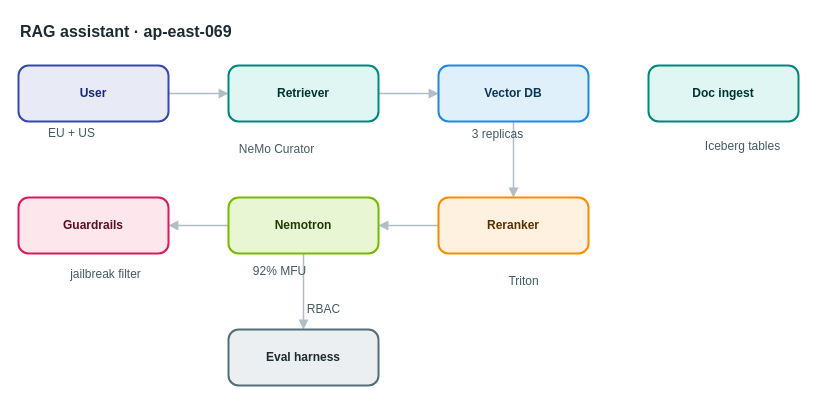
The draw.io diagram apps/web/public/samples/library/069-rag-assistant.drawio in AryanG01/open-apprentice, before the edit. Source tidied: cells renumbered, new cells numbered last; positions are measured from the earlier drawing's top-left corner, leaving out a move shared by most shapes. Both pictures are drawn from the tidied source at 100%, with x=0, y=0 at pixel (18, 17).
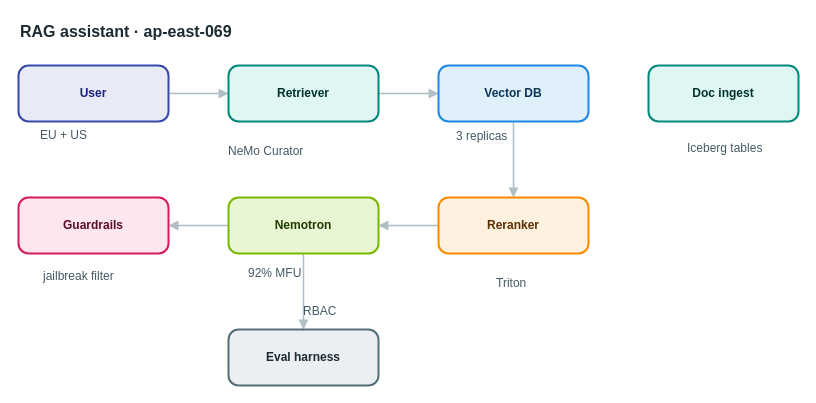
The same diagram, later.

Diff of the diagram source:
```diff
@@
-    <mxCell id="17" value="EU + US" style="text;html=1;align=center;verticalAlign=middle;whiteSpace=nowrap;strokeColor=none;fillColor=none;fontSize=12;fontColor=#455a64;" parent="1" vertex="1">
+    <mxCell id="17" value="EU + US" style="text;html=1;align=left;verticalAlign=top;whiteSpace=nowrap;spacing=0;spacingTop=0;strokeColor=none;fillColor=none;fontSize=12;fontColor=#455a64;" parent="1" vertex="1">
       <mxGeometry x="22" y="106" width="61" height="20" as="geometry" />
     </mxCell>
-    <mxCell id="18" value="NeMo Curator" style="text;html=1;align=center;verticalAlign=middle;whiteSpace=nowrap;strokeColor=none;fillColor=none;fontSize=12;fontColor=#455a64;" parent="1" vertex="1">
+    <mxCell id="18" value="NeMo Curator" style="text;html=1;align=left;verticalAlign=top;whiteSpace=nowrap;spacing=0;spacingTop=0;strokeColor=none;fillColor=none;fontSize=12;fontColor=#455a64;" parent="1" vertex="1">
       <mxGeometry x="210" y="122" width="96" height="20" as="geometry" />
     </mxCell>
-    <mxCell id="19" value="3 replicas" style="text;html=1;align=center;verticalAlign=middle;whiteSpace=nowrap;strokeColor=none;fillColor=none;fontSize=12;fontColor=#455a64;" parent="1" vertex="1">
+    <mxCell id="19" value="3 replicas" style="text;html=1;align=left;verticalAlign=top;whiteSpace=nowrap;spacing=0;spacingTop=0;strokeColor=none;fillColor=none;fontSize=12;fontColor=#455a64;" parent="1" vertex="1">
       <mxGeometry x="438" y="107" width="82" height="20" as="geometry" />
     </mxCell>
-    <mxCell id="20" value="Triton" style="text;html=1;align=center;verticalAlign=middle;whiteSpace=nowrap;strokeColor=none;fillColor=none;fontSize=12;fontColor=#455a64;" parent="1" vertex="1">
+    <mxCell id="20" value="Triton" style="text;html=1;align=left;verticalAlign=top;whiteSpace=nowrap;spacing=0;spacingTop=0;strokeColor=none;fillColor=none;fontSize=12;fontColor=#455a64;" parent="1" vertex="1">
       <mxGeometry x="478" y="254" width="54" height="20" as="geometry" />
     </mxCell>
-    <mxCell id="21" value="92% MFU" style="text;html=1;align=center;verticalAlign=middle;whiteSpace=nowrap;strokeColor=none;fillColor=none;fontSize=12;fontColor=#455a64;" parent="1" vertex="1">
+    <mxCell id="21" value="92% MFU" style="text;html=1;align=left;verticalAlign=top;whiteSpace=nowrap;spacing=0;spacingTop=0;strokeColor=none;fillColor=none;fontSize=12;fontColor=#455a64;" parent="1" vertex="1">
       <mxGeometry x="230" y="244" width="61" height="20" as="geometry" />
     </mxCell>
-    <mxCell id="22" value="jailbreak filter" style="text;html=1;align=center;verticalAlign=middle;whiteSpace=nowrap;strokeColor=none;fillColor=none;fontSize=12;fontColor=#455a64;" parent="1" vertex="1">
+    <mxCell id="22" value="jailbreak filter" style="text;html=1;align=left;verticalAlign=top;whiteSpace=nowrap;spacing=0;spacingTop=0;strokeColor=none;fillColor=none;fontSize=12;fontColor=#455a64;" parent="1" vertex="1">
       <mxGeometry x="25" y="247" width="124" height="20" as="geometry" />
     </mxCell>
-    <mxCell id="23" value="Iceberg tables" style="text;html=1;align=center;verticalAlign=middle;whiteSpace=nowrap;strokeColor=none;fillColor=none;fontSize=12;fontColor=#455a64;" parent="1" vertex="1">
+    <mxCell id="23" value="Iceberg tables" style="text;html=1;align=left;verticalAlign=top;whiteSpace=nowrap;spacing=0;spacingTop=0;strokeColor=none;fillColor=none;fontSize=12;fontColor=#455a64;" parent="1" vertex="1">
       <mxGeometry x="669" y="119" width="110" height="20" as="geometry" />
     </mxCell>
-    <mxCell id="24" value="RBAC" style="text;html=1;align=center;verticalAlign=middle;whiteSpace=nowrap;strokeColor=none;fillColor=none;fontSize=12;fontColor=#455a64;" parent="1" vertex="1">
+    <mxCell id="24" value="RBAC" style="text;html=1;align=left;verticalAlign=top;whiteSpace=nowrap;spacing=0;spacingTop=0;strokeColor=none;fillColor=none;fontSize=12;fontColor=#455a64;" parent="1" vertex="1">
       <mxGeometry x="285" y="282" width="40" height="20" as="geometry" />
     </mxCell>
```
